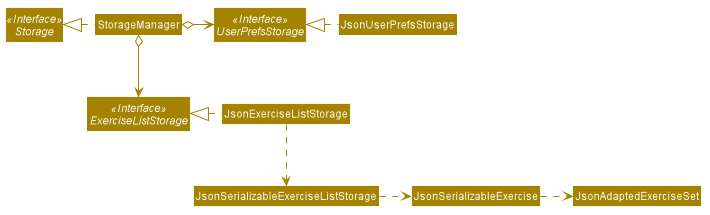
Above: images/StorageClassDiagram.png in alloystory/cs2103t_zerotoone (PlantUML), before the change.
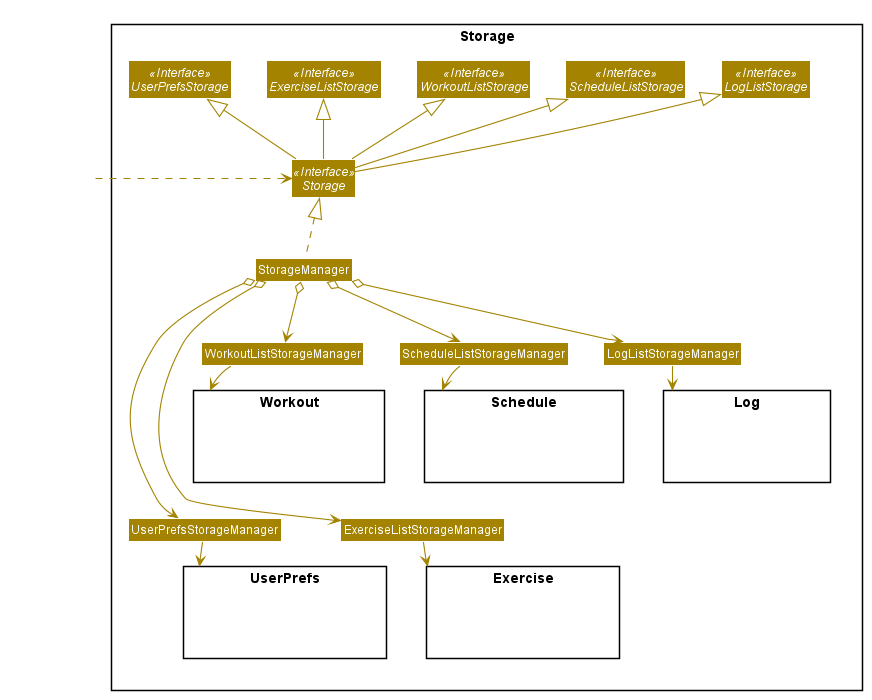
The same diagram one commit later.

What changed in the source:
```diff
@@ -1,4 +1,6 @@
 @startuml
+
+
 
 
 
@@ -51,21 +53,61 @@
 skinparam arrowColor #A38300
 skinparam classBackgroundColor #A38300
 
-Interface Storage <<Interface>>
-Interface UserPrefsStorage <<Interface>>
-Interface ExerciseListStorage <<Interface>>
+Package Storage {
+    Interface Storage <<Interface>>
+    Interface UserPrefsStorage <<Interface>>
+    Interface ExerciseListStorage <<Interface>>
+    Interface WorkoutListStorage <<Interface>>
+    Interface ScheduleListStorage <<Interface>>
+    Interface LogListStorage <<Interface>>
 
-Class StorageManager
-Class JsonUserPrefsStorage
-Class JsonExerciseListStorage
+    Class StorageManager
+    Class UserPrefsStorageManager
+    Class ExerciseListStorageManager
+    Class WorkoutListStorageManager
+    Class ScheduleListStorageManager
+    Class LogListStorageManager
 
-StorageManager .left.|> Storage
-StorageManager o-right-> UserPrefsStorage
-StorageManager o--> ExerciseListStorage
+    Package UserPrefs {
+        Class HiddenUserPrefsModel #FFFFFF
+    }
 
-JsonUserPrefsStorage .left.|> UserPrefsStorage
-JsonExerciseListStorage .left.|> ExerciseListStorage
-JsonExerciseListStorage .down.> JsonSerializableExerciseListStorage
-JsonSerializableExerciseListStorage .right.> JsonSerializableExercise
-JsonSerializableExercise .right.> JsonAdaptedExerciseSet
+    Package Exercise {
+        Class HiddenExerciseModel #FFFFFF
+    }
+
+    Package Workout {
+        Class HiddenWorkoutModel #FFFFFF
+    }
+
+    Package Schedule {
+        Class HiddenScheduleModel #FFFFFF
+    }
+
+    Package Log {
+        Class HiddenLogModel #FFFFFF
+    }
+}
+
+Class HiddenOutside #FFFFFF
+HiddenOutside .right.> Storage
+
+Storage -up-|> UserPrefsStorage
+Storage -up-|> ExerciseListStorage
+Storage -up-|> WorkoutListStorage
+Storage -up-|> ScheduleListStorage
+Storage -up-|> LogListStorage
+
+StorageManager .up.|> Storage
+StorageManager o----> UserPrefsStorageManager
+StorageManager o----> ExerciseListStorageManager
+StorageManager o--> WorkoutListStorageManager
+StorageManager o--> ScheduleListStorageManager
+StorageManager o--> LogListStorageManager
+
+UserPrefsStorageManager --> UserPrefs
+ExerciseListStorageManager --> Exercise
+WorkoutListStorageManager --> Workout
+ScheduleListStorageManager --> Schedule
+LogListStorageManager --> Log
 @enduml
```
